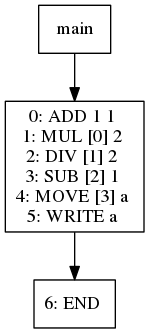
Earlier version of the Graphviz export viz/test005.dot.png (jiahanwang/PL241-Compiler). Its source is kept beside it as viz/test005.dot.
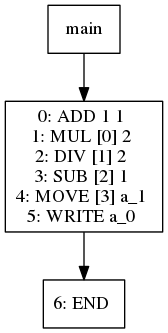
The same file after the commit.

Change to the diagram source:
```diff
@@ -1,15 +1,15 @@
 digraph test005 {
 node [shape=box]
-99[label="main"]
-99 -> 101
-101[label="0: ADD 1 1
+1[label="main"]
+1 -> 3
+3[label="0: ADD 1 1
 1: MUL [0] 2
 2: DIV [1] 2
 3: SUB [2] 1
-4: MOVE [3] a
-5: WRITE a
+4: MOVE [3] a_1
+5: WRITE a_1
 "]
-101 -> 103
-103[label="6: END
+3 -> 5
+5[label="6: END
 "]
 }
```
